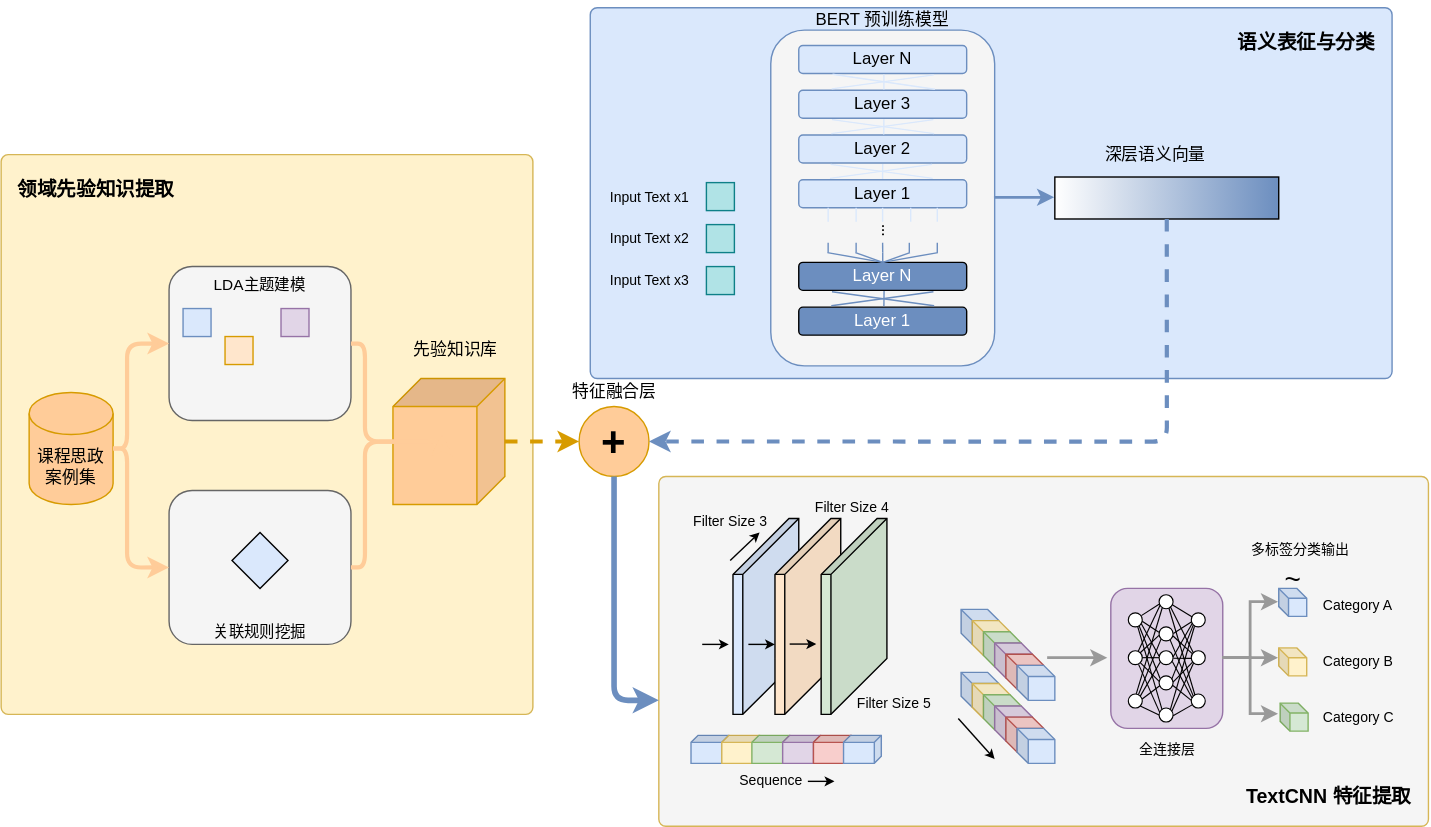
Above: 1.16小论文（思政元素）模型架构图.drawio.svg in handsome-tony/picture (draw.io), before the change. Source tidied: cells renumbered, new cells last; positions are measured from the earlier drawing's top-left corner, leaving out a move shared by most shapes.
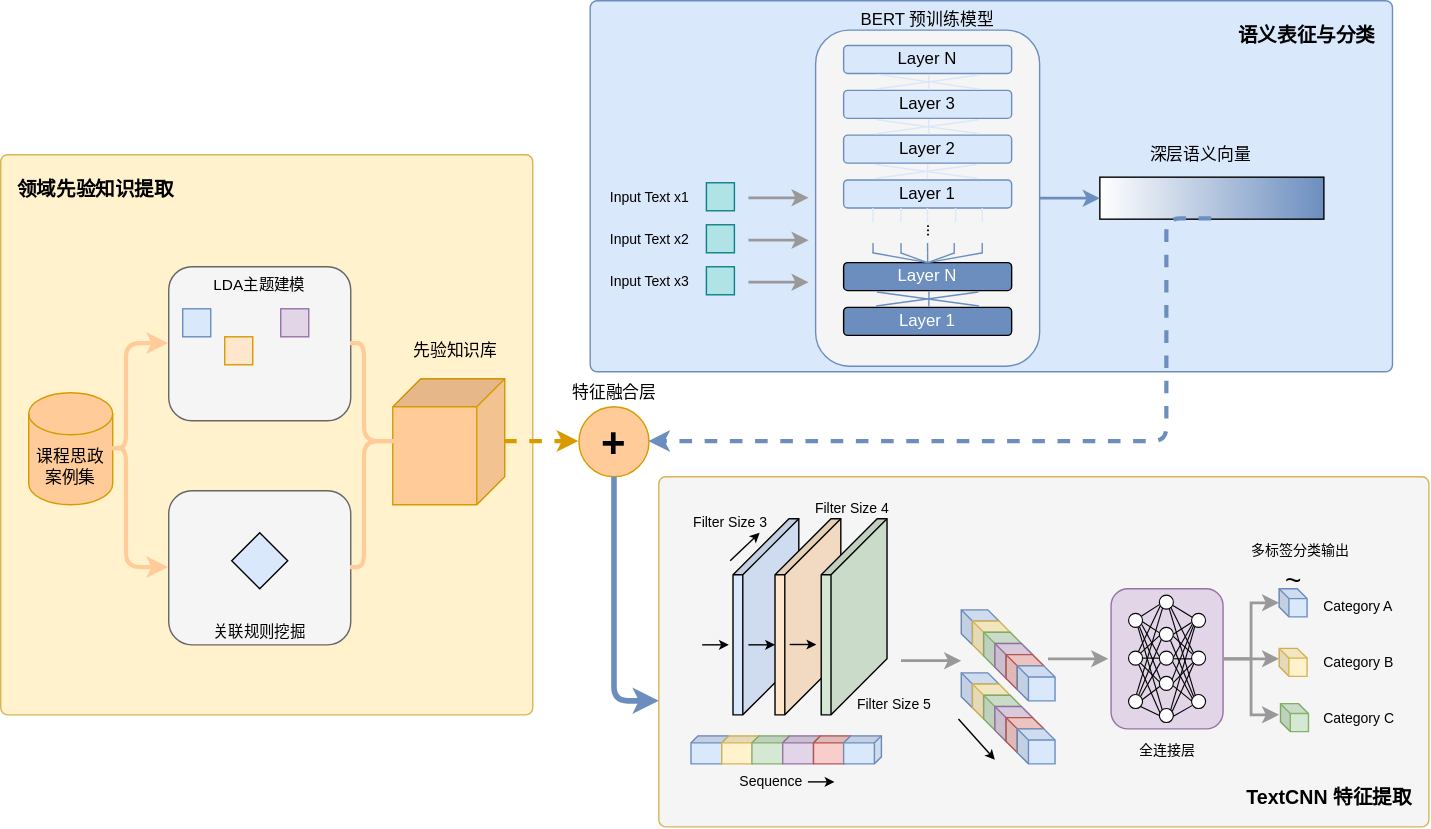
Above is the later version.

Commit message:
更新1.16小论文（思政元素）模型架构图.drawio.svg

What changed in the source:
```diff
@@ -65,7 +65,7 @@
       </mxGeometry>
     </mxCell>
     <mxCell id="16" value="语义表征与分类" style="rounded=1;whiteSpace=wrap;html=1;absoluteArcSize=1;arcSize=10;fillColor=#DAE8FC;strokeColor=#6c8ebf;verticalAlign=top;align=right;spacingRight=10;spacingTop=10;fontSize=14;fontStyle=1;" parent="1" vertex="1">
-      <mxGeometry x="421" y="5" width="573" height="265" as="geometry" />
+      <mxGeometry x="421" width="573" height="265" as="geometry" />
     </mxCell>
     <mxCell id="17" style="rounded=0;whiteSpace=wrap;html=1;fillColor=#b0e3e6;strokeColor=#0e8088;" parent="1" vertex="1">
       <mxGeometry x="504" y="130" width="20" height="20" as="geometry" />
@@ -80,7 +80,7 @@
       <mxGeometry x="504" y="190" width="20" height="20" as="geometry" />
     </mxCell>
     <mxCell id="21" value="BERT Layers" style="group;" parent="1" vertex="1">
-      <mxGeometry x="550" y="30" width="160" height="230" as="geometry" />
+      <mxGeometry x="582" y="30" width="160" height="230" as="geometry" />
     </mxCell>
     <mxCell id="22" style="rounded=1;whiteSpace=wrap;html=1;fillColor=#f5f5f5;strokeColor=#6C8EBF;" parent="21" vertex="1">
       <mxGeometry y="-9" width="160" height="240" as="geometry" />
@@ -236,10 +236,10 @@
       <mxGeometry x="74.5" y="130" width="17" height="9" as="geometry" />
     </mxCell>
     <mxCell id="54" style="rounded=0;whiteSpace=wrap;html=1;fillColor=default;gradientColor=#6c8ebf;gradientDirection=east;" parent="1" vertex="1">
-      <mxGeometry x="753" y="126" width="160" height="30" as="geometry" />
+      <mxGeometry x="785" y="126" width="160" height="30" as="geometry" />
     </mxCell>
     <mxCell id="55" value="深层语义向量" style="text;html=1;strokeColor=none;fillColor=none;align=center;verticalAlign=middle;whiteSpace=wrap;rounded=0;" parent="1" vertex="1">
-      <mxGeometry x="745" y="100" width="160" height="20" as="geometry" />
+      <mxGeometry x="777" y="100" width="160" height="20" as="geometry" />
     </mxCell>
     <mxCell id="56" style="edgeStyle=orthogonalEdgeStyle;rounded=0;jettySize=auto;html=1;strokeColor=#6c8ebf;strokeWidth=2;" parent="1" edge="1" source="22" target="54">
       <mxGeometry relative="1" as="geometry" />
@@ -589,23 +589,47 @@
       <mxGeometry x="434" y="190" width="60" height="20" as="geometry" />
     </mxCell>
     <mxCell id="151" value="&lt;span style=&quot;font-family: Helvetica; font-size: 12px; font-style: normal; font-variant-ligatures: normal; font-variant-caps: normal; font-weight: 400; letter-spacing: normal; orphans: 2; text-indent: 0px; text-transform: none; widows: 2; word-spacing: 0px; -webkit-text-stroke-width: 0px; white-space: nowrap; text-decoration-thickness: initial; text-decoration-style: initial; text-decoration-color: initial; float: none; display: inline !important;&quot;&gt;BERT 预训练模型&lt;/span&gt;" style="text;whiteSpace=wrap;html=1;fillColor=none;align=center;fontColor=default;labelBackgroundColor=none;" parent="1" vertex="1">
-      <mxGeometry x="565" width="130" height="30" as="geometry" />
+      <mxGeometry x="597" width="130" height="30" as="geometry" />
     </mxCell>
     <mxCell id="152" style="endArrow=none;html=1;rounded=0;exitX=0.5;exitY=0;exitDx=0;exitDy=0;strokeColor=#6C8EBF;" parent="1" edge="1" source="27">
       <mxGeometry relative="1" as="geometry">
-        <mxPoint x="630" y="180" as="targetPoint" />
+        <mxPoint x="662" y="180" as="targetPoint" />
       </mxGeometry>
     </mxCell>
     <mxCell id="153" style="endArrow=none;html=1;rounded=0;strokeColor=#6C8EBF;" parent="1" edge="1">
       <mxGeometry relative="1" as="geometry">
-        <mxPoint x="630" y="187" as="sourcePoint" />
-        <mxPoint x="590.5" y="180" as="targetPoint" />
+        <mxPoint x="662" y="187" as="sourcePoint" />
+        <mxPoint x="622.5" y="180" as="targetPoint" />
       </mxGeometry>
     </mxCell>
     <mxCell id="154" style="endArrow=none;html=1;rounded=0;exitX=0.5;exitY=0;exitDx=0;exitDy=0;strokeColor=#6C8EBF;" parent="1" edge="1" source="27">
       <mxGeometry relative="1" as="geometry">
-        <mxPoint x="610.5" y="180" as="targetPoint" />
+        <mxPoint x="642.5" y="180" as="targetPoint" />
       </mxGeometry>
     </mxCell>
+    <mxCell id="155" style="edgeStyle=orthogonalEdgeStyle;rounded=0;orthogonalLoop=1;jettySize=auto;html=1;strokeColor=#999999;strokeWidth=2;" parent="1" edge="1">
+      <mxGeometry relative="1" as="geometry">
+        <mxPoint x="643" y="471.3" as="sourcePoint" />
+        <mxPoint x="686" y="471.3" as="targetPoint" />
+      </mxGeometry>
+    </mxCell>
+    <mxCell id="156" style="edgeStyle=orthogonalEdgeStyle;rounded=0;orthogonalLoop=1;jettySize=auto;html=1;strokeColor=#999999;strokeWidth=2;" parent="1" edge="1">
+      <mxGeometry relative="1" as="geometry">
+        <mxPoint x="534" y="140.8" as="sourcePoint" />
+        <mxPoint x="577" y="140.8" as="targetPoint" />
+      </mxGeometry>
+    </mxCell>
+    <mxCell id="157" style="edgeStyle=orthogonalEdgeStyle;rounded=0;orthogonalLoop=1;jettySize=auto;html=1;strokeColor=#999999;strokeWidth=2;" parent="1" edge="1">
+      <mxGeometry relative="1" as="geometry">
+        <mxPoint x="534" y="171" as="sourcePoint" />
+        <mxPoint x="577" y="171" as="targetPoint" />
+      </mxGeometry>
+    </mxCell>
+    <mxCell id="158" style="edgeStyle=orthogonalEdgeStyle;rounded=0;orthogonalLoop=1;jettySize=auto;html=1;strokeColor=#999999;strokeWidth=2;" parent="1" edge="1">
+      <mxGeometry relative="1" as="geometry">
+        <mxPoint x="534" y="201" as="sourcePoint" />
+        <mxPoint x="577" y="201" as="targetPoint" />
+      </mxGeometry>
+    </mxCell>
   </root>
 </mxGraphModel>
```
